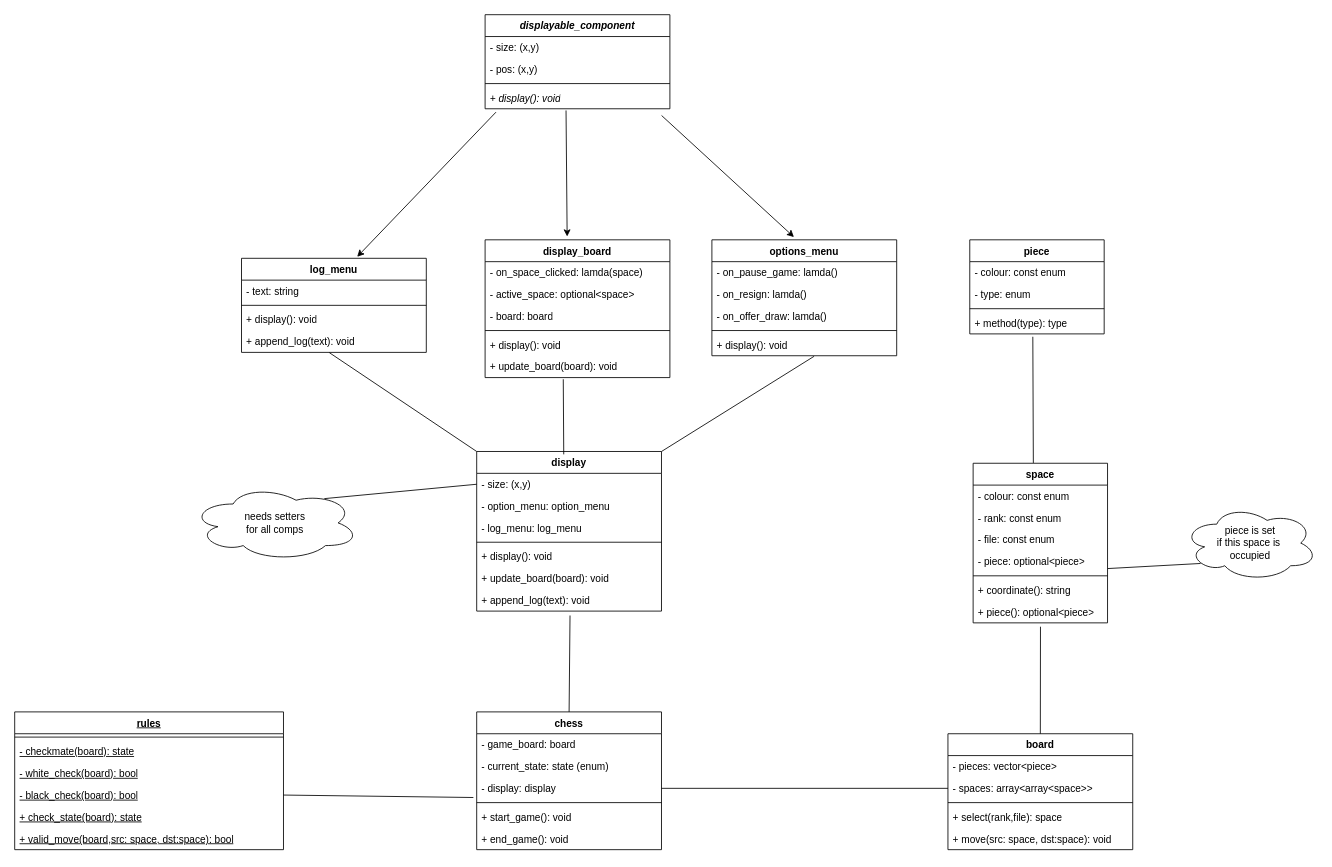
MattBelanger321/Chess_CPP keeps this draw.io diagram as docs/chess_schematic.drawio. Above is the earlier version. Source tidied: cells renumbered, new cells numbered last; positions are measured from the earlier drawing's top-left corner, leaving out a move shared by most shapes. Both pictures are drawn from the tidied source at 84%, with x=0, y=0 at pixel (14, 14).
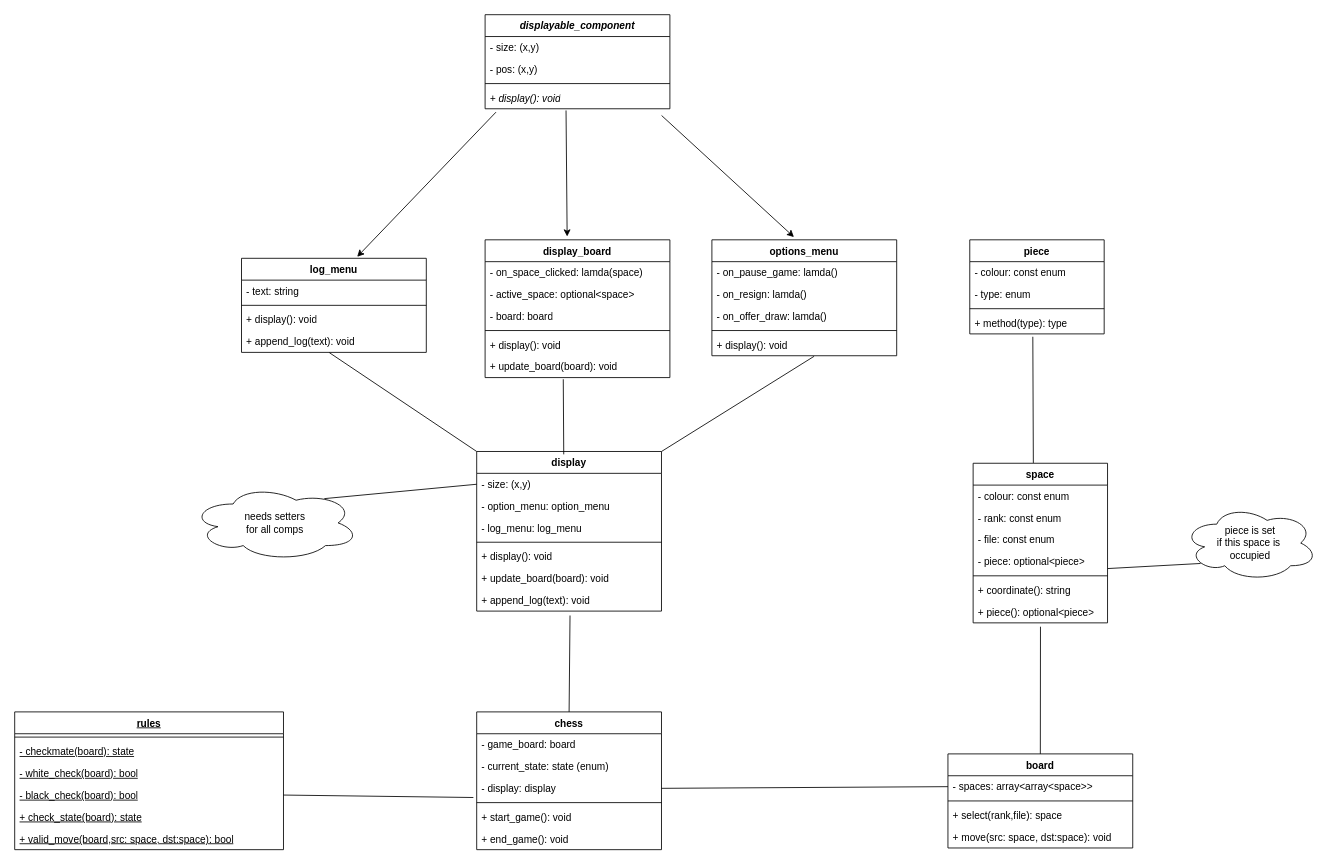
The same diagram, later.

The edit, as a diff of the source:
```diff
@@
     <mxCell id="2" value="board" style="swimlane;fontStyle=1;align=center;verticalAlign=top;horizontal=1;startSize=26;whiteSpace=wrap;html=1;" parent="1" vertex="1">
-      <mxGeometry x="1111" y="856" width="220" height="138" as="geometry" />
+      <mxGeometry x="1111" y="880" width="220" height="112" as="geometry" />
     </mxCell>
-    <mxCell id="3" value="- pieces: vector&amp;lt;piece&amp;gt;" style="text;strokeColor=none;fillColor=none;align=left;verticalAlign=top;spacingLeft=4;spacingRight=4;overflow=hidden;whiteSpace=wrap;html=1;" parent="2" vertex="1">
-      <mxGeometry y="26" width="220" height="26" as="geometry" />
-    </mxCell>
     <mxCell id="4" value="- spaces: array&amp;lt;array&amp;lt;space&amp;gt;&amp;gt;" style="text;strokeColor=none;fillColor=none;align=left;verticalAlign=top;spacingLeft=4;spacingRight=4;overflow=hidden;points=[[0,0.5],[1,0.5]];portConstraint=eastwest;whiteSpace=wrap;html=1;" parent="2" vertex="1">
-      <mxGeometry y="52" width="220" height="26" as="geometry" />
+      <mxGeometry y="26" width="220" height="26" as="geometry" />
     </mxCell>
     <mxCell id="5" style="line;strokeWidth=1;fillColor=none;align=left;verticalAlign=middle;spacingTop=-1;spacingLeft=3;spacingRight=3;labelPosition=right;strokeColor=inherit;" parent="2" vertex="1">
-      <mxGeometry y="78" width="220" height="8" as="geometry" />
+      <mxGeometry y="52" width="220" height="8" as="geometry" />
     </mxCell>
     <mxCell id="6" value="+ select(rank,file): space" style="text;strokeColor=none;fillColor=none;align=left;verticalAlign=top;spacingLeft=4;spacingRight=4;overflow=hidden;whiteSpace=wrap;html=1;" parent="2" vertex="1">
-      <mxGeometry y="86" width="220" height="26" as="geometry" />
+      <mxGeometry y="60" width="220" height="26" as="geometry" />
     </mxCell>
     <mxCell id="7" value="+ move(src: space, dst:space): void" style="text;strokeColor=none;fillColor=none;align=left;verticalAlign=top;spacingLeft=4;spacingRight=4;overflow=hidden;whiteSpace=wrap;html=1;" parent="2" vertex="1">
-      <mxGeometry y="112" width="220" height="26" as="geometry" />
+      <mxGeometry y="86" width="220" height="26" as="geometry" />
     </mxCell>
```
